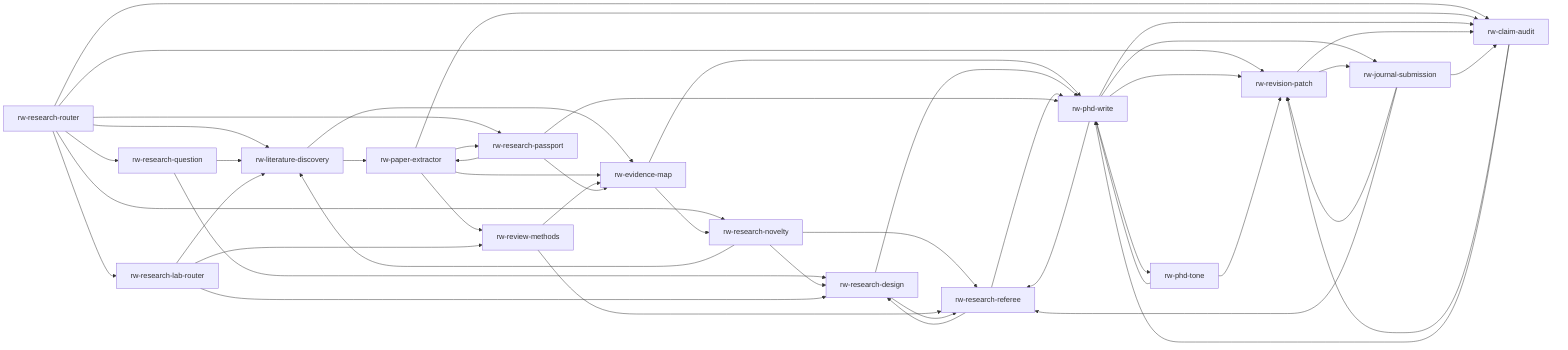
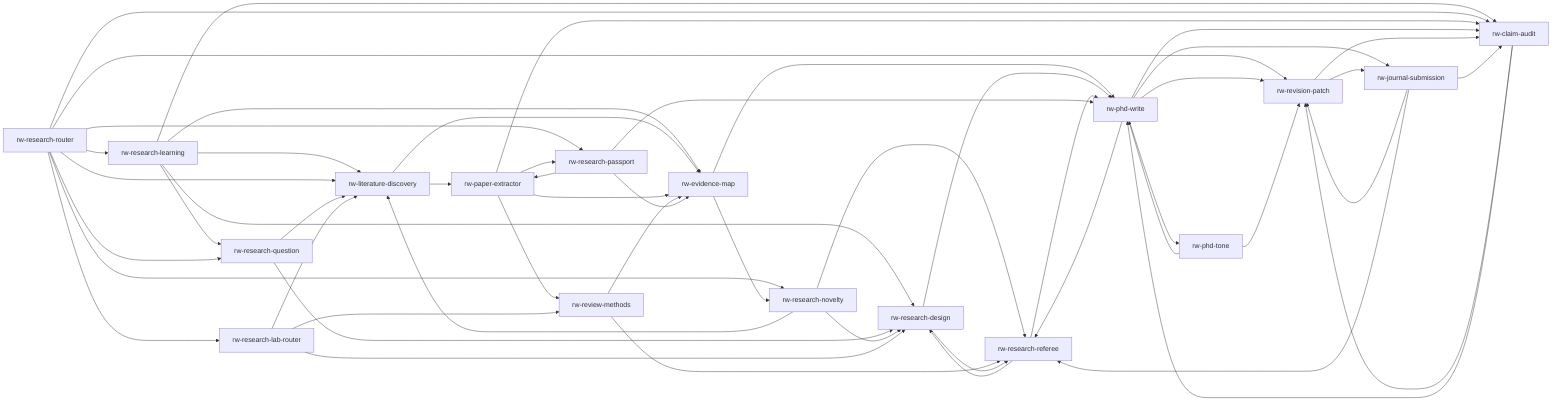
flowchart LR
  router["rw-research-router"]
+   learning["rw-research-learning"]
  question["rw-research-question"]
  discovery["rw-literature-discovery"]
  extractor["rw-paper-extractor"]
  evidence["rw-evidence-map"]
  novelty["rw-research-novelty"]
  review["rw-review-methods"]
  design["rw-research-design"]
  referee["rw-research-referee"]
  passport["rw-research-passport"]
  audit["rw-claim-audit"]
  patch["rw-revision-patch"]
  write["rw-phd-write"]
  tone["rw-phd-tone"]
  submission["rw-journal-submission"]
  tools["rw-research-lab-router"]

+   router --> learning
+   learning --> question
+   learning --> discovery
+   learning --> evidence
+   learning --> design
+   learning --> audit
  router --> question
  router --> discovery
  router --> novelty
  router --> passport
  router --> audit
  router --> patch
  router --> tools
  question --> discovery
  question --> design
  discovery --> extractor
  discovery --> evidence
  extractor --> evidence
  extractor --> audit
  extractor --> passport
  extractor --> review
  evidence --> novelty
  evidence --> write
  novelty --> discovery
  novelty --> design
  novelty --> referee
  review --> evidence
  review --> referee
  design --> referee
  design --> write
  referee --> design
  referee --> write
  write --> tone
  write --> audit
  write --> patch
  write --> referee
  write --> submission
  tone --> write
  tone --> patch
  audit --> patch
  audit --> write
  patch --> audit
  patch --> submission
  passport --> extractor
  passport --> evidence
  passport --> write
  submission --> patch
  submission --> audit
  submission --> referee
  tools --> discovery
  tools --> review
  tools --> design
